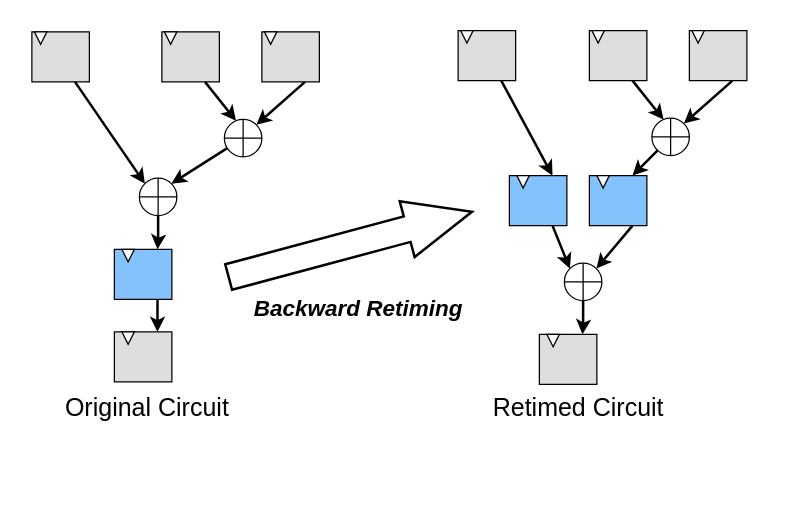
kxzhu0505/PhysRetime keeps this draw.io diagram as forward.drawio. Above is the earlier version. Source tidied: cells renumbered, new cells numbered last; positions are measured from the earlier drawing's top-left corner, leaving out a move shared by most shapes. Both pictures are drawn from the tidied source at 125%, with x=0, y=0 at pixel (32, 26).
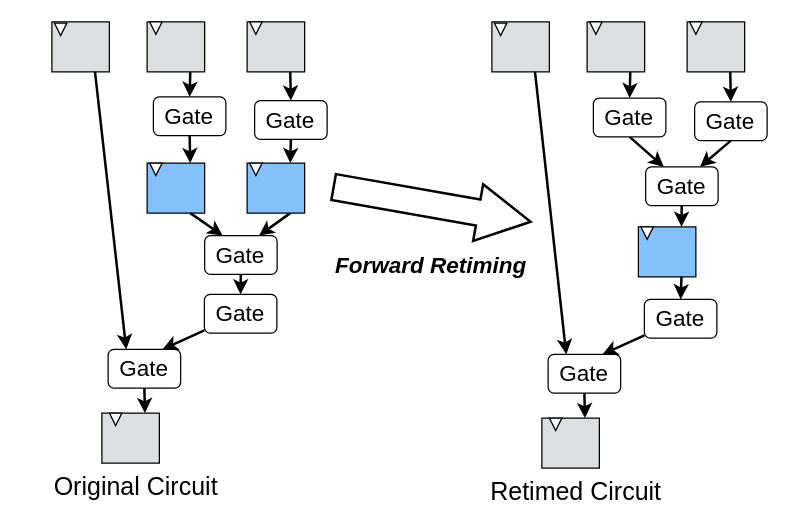
Above is the later version.

Diff of the diagram source:
```diff
@@
-    <mxCell id="2" style="shape=singleArrow;whiteSpace=wrap;html=1;arrowWidth=0.4567254057704057;arrowSize=0.2663211866988104;rotation=-15;strokeWidth=2;" parent="1" vertex="1">
-      <mxGeometry x="153" y="151" width="201.5" height="46.1" as="geometry" />
+    <mxCell id="2" style="shape=singleArrow;whiteSpace=wrap;html=1;arrowWidth=0.4567254057704057;arrowSize=0.2663211866988104;rotation=10;strokeWidth=2;" parent="1" vertex="1">
+      <mxGeometry x="239.2" y="119" width="160" height="46.1" as="geometry" />
     </mxCell>
-    <mxCell id="3" style="rounded=0;jettySize=auto;html=1;exitX=1;exitY=0.25;exitDx=0;exitDy=0;entryX=0;entryY=0;entryDx=0;entryDy=0;strokeWidth=2;" parent="1" edge="1" source="4" target="11">
+    <mxCell id="3" style="rounded=0;jettySize=auto;html=1;exitX=1;exitY=0.25;exitDx=0;exitDy=0;entryX=0.75;entryY=0;entryDx=0;entryDy=0;strokeWidth=2;" parent="1" edge="1" source="4" target="56">
       <mxGeometry relative="1" as="geometry" />
     </mxCell>
-    <mxCell id="4" style="rounded=0;whiteSpace=wrap;html=1;fillColor=light-dark(#dcdee0, #121212);rotation=90;" parent="1" vertex="1">
-      <mxGeometry x="186" y="1" width="40" height="46" as="geometry" />
+    <mxCell id="4" style="rounded=0;whiteSpace=wrap;html=1;fillColor=light-dark(#83c2fd, #121212);rotation=90;" parent="1" vertex="1">
+      <mxGeometry x="174.2" y="106" width="40" height="46" as="geometry" />
     </mxCell>
     <mxCell id="5" style="triangle;whiteSpace=wrap;html=1;strokeWidth=1;fillColor=light-dark(#f9fafb, #1d293b);strokeColor=#000000;fontFamily=Times New Roman;rotation=90;" parent="1" vertex="1">
-      <mxGeometry x="185" y="4" width="10" height="10" as="geometry" />
+      <mxGeometry x="173.2" y="109" width="10" height="10" as="geometry" />
     </mxCell>
-    <mxCell id="6" style="rounded=0;whiteSpace=wrap;html=1;fillColor=light-dark(#dcdee0, #121212);rotation=90;" parent="1" vertex="1">
-      <mxGeometry x="106" y="1" width="40" height="46" as="geometry" />
+    <mxCell id="6" style="rounded=0;whiteSpace=wrap;html=1;fillColor=light-dark(#83c2fd, #121212);rotation=90;" parent="1" vertex="1">
+      <mxGeometry x="94.2" y="106" width="40" height="46" as="geometry" />
     </mxCell>
     <mxCell id="7" style="triangle;whiteSpace=wrap;html=1;strokeWidth=1;fillColor=light-dark(#f9fafb, #1d293b);strokeColor=#000000;fontFamily=Times New Roman;rotation=90;" parent="1" vertex="1">
-      <mxGeometry x="105" y="4" width="10" height="10" as="geometry" />
+      <mxGeometry x="93.2" y="109" width="10" height="10" as="geometry" />
     </mxCell>
     <mxCell id="8" style="rounded=0;whiteSpace=wrap;html=1;fillColor=light-dark(#dcdee0, #121212);rotation=90;" parent="1" vertex="1">
-      <mxGeometry x="2" y="1" width="40" height="46" as="geometry" />
+      <mxGeometry x="18" y="-7" width="40" height="46" as="geometry" />
     </mxCell>
     <mxCell id="9" style="triangle;whiteSpace=wrap;html=1;strokeWidth=1;fillColor=light-dark(#f9fafb, #1d293b);strokeColor=#000000;fontFamily=Times New Roman;rotation=90;" parent="1" vertex="1">
-      <mxGeometry x="1" y="4" width="10" height="10" as="geometry" />
+      <mxGeometry x="17" y="-3" width="10" height="10" as="geometry" />
     </mxCell>
-    <mxCell id="10" style="rounded=0;jettySize=auto;html=1;entryX=0;entryY=0;entryDx=0;entryDy=0;strokeWidth=2;" parent="1" edge="1" source="11" target="14">
-      <mxGeometry relative="1" as="geometry" />
-    </mxCell>
-    <mxCell id="11" style="shape=orEllipse;perimeter=ellipsePerimeter;whiteSpace=wrap;html=1;backgroundOutline=1;rotation=90;" parent="1" vertex="1">
-      <mxGeometry x="153" y="74" width="30" height="30" as="geometry" />
-    </mxCell>
-    <mxCell id="12" style="rounded=0;jettySize=auto;html=1;exitX=1;exitY=0.25;exitDx=0;exitDy=0;entryX=0.037;entryY=0.689;entryDx=0;entryDy=0;entryPerimeter=0;strokeWidth=2;" parent="1" edge="1" source="6" target="11">
+    <mxCell id="12" style="rounded=0;jettySize=auto;html=1;exitX=1;exitY=0.25;exitDx=0;exitDy=0;entryX=0.25;entryY=0;entryDx=0;entryDy=0;strokeWidth=2;" parent="1" edge="1" source="6" target="56">
       <mxGeometry relative="1" as="geometry" />
     </mxCell>
-    <mxCell id="13" style="edgeStyle=orthogonalEdgeStyle;rounded=0;jettySize=auto;html=1;entryX=0;entryY=0.25;entryDx=0;entryDy=0;strokeWidth=2;" parent="1" edge="1" source="14" target="17">
+    <mxCell id="13" style="edgeStyle=orthogonalEdgeStyle;rounded=0;jettySize=auto;html=1;entryX=0;entryY=0.25;entryDx=0;entryDy=0;strokeWidth=2;exitX=0.5;exitY=1;exitDx=0;exitDy=0;" parent="1" edge="1" source="59" target="17">
       <mxGeometry relative="1" as="geometry" />
     </mxCell>
-    <mxCell id="14" style="shape=orEllipse;perimeter=ellipsePerimeter;whiteSpace=wrap;html=1;backgroundOutline=1;rotation=90;" parent="1" vertex="1">
-      <mxGeometry x="85" y="121" width="30" height="30" as="geometry" />
-    </mxCell>
-    <mxCell id="15" style="rounded=0;jettySize=auto;html=1;exitX=1;exitY=0.25;exitDx=0;exitDy=0;entryX=0;entryY=1;entryDx=0;entryDy=0;strokeWidth=2;" parent="1" edge="1" source="8" target="14">
+    <mxCell id="15" style="rounded=0;jettySize=auto;html=1;exitX=1;exitY=0.25;exitDx=0;exitDy=0;entryX=0.25;entryY=0;entryDx=0;entryDy=0;strokeWidth=2;" parent="1" edge="1" source="8" target="59">
       <mxGeometry relative="1" as="geometry" />
     </mxCell>
-    <mxCell id="16" style="edgeStyle=orthogonalEdgeStyle;rounded=0;jettySize=auto;html=1;exitX=1;exitY=0.25;exitDx=0;exitDy=0;entryX=0;entryY=0.25;entryDx=0;entryDy=0;strokeWidth=2;" parent="1" edge="1" source="17" target="19">
-      <mxGeometry relative="1" as="geometry" />
-    </mxCell>
-    <mxCell id="17" style="rounded=0;whiteSpace=wrap;html=1;fillColor=light-dark(#83c2fd, #121212);rotation=90;" parent="1" vertex="1">
-      <mxGeometry x="68" y="175" width="40" height="46" as="geometry" />
+    <mxCell id="17" style="rounded=0;whiteSpace=wrap;html=1;fillColor=light-dark(#dcdee0, #121212);rotation=90;" parent="1" vertex="1">
+      <mxGeometry x="58" y="306" width="40" height="46" as="geometry" />
     </mxCell>
     <mxCell id="18" style="triangle;whiteSpace=wrap;html=1;strokeWidth=1;fillColor=light-dark(#f9fafb, #1d293b);strokeColor=#000000;fontFamily=Times New Roman;rotation=90;" parent="1" vertex="1">
-      <mxGeometry x="71" y="178" width="10" height="10" as="geometry" />
+      <mxGeometry x="61" y="309" width="10" height="10" as="geometry" />
     </mxCell>
-    <mxCell id="19" style="rounded=0;whiteSpace=wrap;html=1;fillColor=light-dark(#dcdee0, #121212);rotation=90;" parent="1" vertex="1">
-      <mxGeometry x="68" y="241" width="40" height="46" as="geometry" />
-    </mxCell>
-    <mxCell id="20" style="triangle;whiteSpace=wrap;html=1;strokeWidth=1;fillColor=light-dark(#f9fafb, #1d293b);strokeColor=#000000;fontFamily=Times New Roman;rotation=90;" parent="1" vertex="1">
-      <mxGeometry x="71" y="244" width="10" height="10" as="geometry" />
-    </mxCell>
-    <mxCell id="21" style="rounded=0;jettySize=auto;html=1;exitX=1;exitY=0.25;exitDx=0;exitDy=0;entryX=0;entryY=0;entryDx=0;entryDy=0;strokeWidth=2;" parent="1" edge="1" source="22" target="29">
-      <mxGeometry relative="1" as="geometry" />
-    </mxCell>
-    <mxCell id="22" style="rounded=0;whiteSpace=wrap;html=1;fillColor=light-dark(#dcdee0, #121212);rotation=90;" parent="1" vertex="1">
-      <mxGeometry x="528" width="40" height="46" as="geometry" />
-    </mxCell>
-    <mxCell id="23" style="triangle;whiteSpace=wrap;html=1;strokeWidth=1;fillColor=light-dark(#f9fafb, #1d293b);strokeColor=#000000;fontFamily=Times New Roman;rotation=90;" parent="1" vertex="1">
-      <mxGeometry x="527" y="3" width="10" height="10" as="geometry" />
-    </mxCell>
-    <mxCell id="24" style="rounded=0;whiteSpace=wrap;html=1;fillColor=light-dark(#dcdee0, #121212);rotation=90;" parent="1" vertex="1">
-      <mxGeometry x="448" width="40" height="46" as="geometry" />
-    </mxCell>
-    <mxCell id="25" style="triangle;whiteSpace=wrap;html=1;strokeWidth=1;fillColor=light-dark(#f9fafb, #1d293b);strokeColor=#000000;fontFamily=Times New Roman;rotation=90;" parent="1" vertex="1">
-      <mxGeometry x="447" y="3" width="10" height="10" as="geometry" />
-    </mxCell>
-    <mxCell id="26" style="rounded=0;whiteSpace=wrap;html=1;fillColor=light-dark(#dcdee0, #121212);rotation=90;" parent="1" vertex="1">
-      <mxGeometry x="343" width="40" height="46" as="geometry" />
-    </mxCell>
-    <mxCell id="27" style="triangle;whiteSpace=wrap;html=1;strokeWidth=1;fillColor=light-dark(#f9fafb, #1d293b);strokeColor=#000000;fontFamily=Times New Roman;rotation=90;" parent="1" vertex="1">
-      <mxGeometry x="342" y="3" width="10" height="10" as="geometry" />
-    </mxCell>
-    <mxCell id="28" style="rounded=0;jettySize=auto;html=1;entryX=0;entryY=0.25;entryDx=0;entryDy=0;strokeWidth=2;" parent="1" edge="1" source="29" target="37">
-      <mxGeometry relative="1" as="geometry" />
-    </mxCell>
-    <mxCell id="29" style="shape=orEllipse;perimeter=ellipsePerimeter;whiteSpace=wrap;html=1;backgroundOutline=1;rotation=90;" parent="1" vertex="1">
-      <mxGeometry x="495" y="73" width="30" height="30" as="geometry" />
-    </mxCell>
-    <mxCell id="30" style="rounded=0;jettySize=auto;html=1;exitX=1;exitY=0.25;exitDx=0;exitDy=0;entryX=0.037;entryY=0.689;entryDx=0;entryDy=0;entryPerimeter=0;strokeWidth=2;" parent="1" edge="1" source="24" target="29">
-      <mxGeometry relative="1" as="geometry" />
-    </mxCell>
-    <mxCell id="31" style="edgeStyle=orthogonalEdgeStyle;rounded=0;jettySize=auto;html=1;entryX=0;entryY=0.25;entryDx=0;entryDy=0;strokeWidth=2;" parent="1" edge="1" source="32" target="34">
-      <mxGeometry relative="1" as="geometry" />
-    </mxCell>
-    <mxCell id="32" style="shape=orEllipse;perimeter=ellipsePerimeter;whiteSpace=wrap;html=1;backgroundOutline=1;rotation=90;" parent="1" vertex="1">
-      <mxGeometry x="425" y="189" width="30" height="30" as="geometry" />
-    </mxCell>
-    <mxCell id="33" style="rounded=0;jettySize=auto;html=1;exitX=1;exitY=0.25;exitDx=0;exitDy=0;entryX=0;entryY=0.25;entryDx=0;entryDy=0;strokeWidth=2;" parent="1" edge="1" source="26" target="40">
-      <mxGeometry relative="1" as="geometry" />
-    </mxCell>
-    <mxCell id="34" style="rounded=0;whiteSpace=wrap;html=1;fillColor=light-dark(#dcdee0, #121212);rotation=90;" parent="1" vertex="1">
-      <mxGeometry x="408" y="243" width="40" height="46" as="geometry" />
-    </mxCell>
-    <mxCell id="35" style="triangle;whiteSpace=wrap;html=1;strokeWidth=1;fillColor=light-dark(#f9fafb, #1d293b);strokeColor=#000000;fontFamily=Times New Roman;rotation=90;" parent="1" vertex="1">
-      <mxGeometry x="411" y="246" width="10" height="10" as="geometry" />
-    </mxCell>
-    <mxCell id="36" style="rounded=0;jettySize=auto;html=1;exitX=1;exitY=0.25;exitDx=0;exitDy=0;entryX=0;entryY=0;entryDx=0;entryDy=0;strokeWidth=2;" parent="1" edge="1" source="37" target="32">
-      <mxGeometry relative="1" as="geometry" />
-    </mxCell>
-    <mxCell id="37" style="rounded=0;whiteSpace=wrap;html=1;fillColor=light-dark(#83c2fd, #121212);rotation=90;" parent="1" vertex="1">
-      <mxGeometry x="448" y="116" width="40" height="46" as="geometry" />
-    </mxCell>
-    <mxCell id="38" style="triangle;whiteSpace=wrap;html=1;strokeWidth=1;fillColor=light-dark(#f9fafb, #1d293b);strokeColor=#000000;fontFamily=Times New Roman;rotation=90;" parent="1" vertex="1">
-      <mxGeometry x="451" y="119" width="10" height="10" as="geometry" />
-    </mxCell>
-    <mxCell id="39" style="rounded=0;jettySize=auto;html=1;exitX=1;exitY=0.25;exitDx=0;exitDy=0;entryX=0;entryY=1;entryDx=0;entryDy=0;strokeWidth=2;" parent="1" edge="1" source="40" target="32">
-      <mxGeometry relative="1" as="geometry" />
-    </mxCell>
-    <mxCell id="40" style="rounded=0;whiteSpace=wrap;html=1;fillColor=light-dark(#83c2fd, #121212);rotation=90;" parent="1" vertex="1">
-      <mxGeometry x="384" y="116" width="40" height="46" as="geometry" />
-    </mxCell>
-    <mxCell id="41" style="triangle;whiteSpace=wrap;html=1;strokeWidth=1;fillColor=light-dark(#f9fafb, #1d293b);strokeColor=#000000;fontFamily=Times New Roman;rotation=90;" parent="1" vertex="1">
-      <mxGeometry x="387" y="119" width="10" height="10" as="geometry" />
-    </mxCell>
-    <mxCell id="42" value="&lt;font style=&quot;font-size: 18px;&quot; face=&quot;Helvetica&quot;&gt;&lt;b style=&quot;&quot;&gt;&lt;i&gt;Backward Retiming&lt;/i&gt;&lt;/b&gt;&lt;/font&gt;" style="text;html=1;align=center;verticalAlign=middle;whiteSpace=wrap;rounded=0;" parent="1" vertex="1">
-      <mxGeometry x="169" y="211" width="183" height="30" as="geometry" />
+    <mxCell id="42" value="&lt;font style=&quot;font-size: 18px;&quot; face=&quot;Helvetica&quot;&gt;&lt;b style=&quot;&quot;&gt;&lt;i&gt;Forward Retiming&lt;/i&gt;&lt;/b&gt;&lt;/font&gt;" style="text;html=1;align=center;verticalAlign=middle;whiteSpace=wrap;rounded=0;" parent="1" vertex="1">
+      <mxGeometry x="227" y="176" width="183" height="30" as="geometry" />
     </mxCell>
     <mxCell id="43" value="&lt;font style=&quot;font-size: 20px;&quot; face=&quot;Helvetica&quot;&gt;Original Circuit&lt;/font&gt;" style="text;html=1;align=center;verticalAlign=middle;whiteSpace=wrap;rounded=0;" parent="1" vertex="1">
-      <mxGeometry y="289" width="183" height="30" as="geometry" />
+      <mxGeometry x="-9" y="352" width="183" height="30" as="geometry" />
     </mxCell>
+    <mxCell id="45" style="rounded=0;jettySize=auto;html=1;exitX=1;exitY=0.25;exitDx=0;exitDy=0;entryX=0.5;entryY=0;entryDx=0;entryDy=0;strokeWidth=2;" parent="1" edge="1" source="46" target="54">
+      <mxGeometry relative="1" as="geometry" />
+    </mxCell>
+    <mxCell id="46" style="rounded=0;whiteSpace=wrap;html=1;fillColor=light-dark(#dcdee0, #121212);rotation=90;" parent="1" vertex="1">
+      <mxGeometry x="94.2" y="-7" width="40" height="46" as="geometry" />
+    </mxCell>
+    <mxCell id="47" style="triangle;whiteSpace=wrap;html=1;strokeWidth=1;fillColor=light-dark(#f9fafb, #1d293b);strokeColor=#000000;fontFamily=Times New Roman;rotation=90;" parent="1" vertex="1">
+      <mxGeometry x="93.2" y="-4" width="10" height="10" as="geometry" />
+    </mxCell>
+    <mxCell id="48" style="rounded=0;jettySize=auto;html=1;exitX=0.5;exitY=1;exitDx=0;exitDy=0;entryX=0;entryY=0.25;entryDx=0;entryDy=0;strokeWidth=2;" parent="1" edge="1" source="54" target="6">
+      <mxGeometry relative="1" as="geometry" />
+    </mxCell>
+    <mxCell id="49" style="rounded=0;jettySize=auto;html=1;exitX=1;exitY=0.25;exitDx=0;exitDy=0;entryX=0.5;entryY=0;entryDx=0;entryDy=0;strokeWidth=2;" parent="1" edge="1" source="50" target="53">
+      <mxGeometry relative="1" as="geometry" />
+    </mxCell>
+    <mxCell id="50" style="rounded=0;whiteSpace=wrap;html=1;fillColor=light-dark(#dcdee0, #121212);rotation=90;" parent="1" vertex="1">
+      <mxGeometry x="174.2" y="-7" width="40" height="46" as="geometry" />
+    </mxCell>
+    <mxCell id="51" style="triangle;whiteSpace=wrap;html=1;strokeWidth=1;fillColor=light-dark(#f9fafb, #1d293b);strokeColor=#000000;fontFamily=Times New Roman;rotation=90;" parent="1" vertex="1">
+      <mxGeometry x="173.2" y="-4" width="10" height="10" as="geometry" />
+    </mxCell>
+    <mxCell id="52" style="rounded=0;jettySize=auto;html=1;entryX=0;entryY=0.25;entryDx=0;entryDy=0;strokeWidth=2;exitX=0.5;exitY=1;exitDx=0;exitDy=0;" parent="1" edge="1" source="53" target="4">
+      <mxGeometry relative="1" as="geometry" />
+    </mxCell>
+    <mxCell id="53" value="&lt;font style=&quot;font-size: 18px;&quot;&gt;Gate&lt;/font&gt;" style="rounded=1;whiteSpace=wrap;html=1;" parent="1" vertex="1">
+      <mxGeometry x="177.2" y="59" width="58" height="31" as="geometry" />
+    </mxCell>
+    <mxCell id="54" value="&lt;font style=&quot;font-size: 18px;&quot;&gt;Gate&lt;/font&gt;" style="rounded=1;whiteSpace=wrap;html=1;" parent="1" vertex="1">
+      <mxGeometry x="96.2" y="56" width="58" height="31" as="geometry" />
+    </mxCell>
+    <mxCell id="55" style="rounded=0;jettySize=auto;html=1;entryX=0.5;entryY=0;entryDx=0;entryDy=0;strokeWidth=2;" parent="1" edge="1" source="56" target="58">
+      <mxGeometry relative="1" as="geometry" />
+    </mxCell>
+    <mxCell id="56" value="&lt;font style=&quot;font-size: 18px;&quot;&gt;Gate&lt;/font&gt;" style="rounded=1;whiteSpace=wrap;html=1;" parent="1" vertex="1">
+      <mxGeometry x="137.2" y="167" width="58" height="31" as="geometry" />
+    </mxCell>
+    <mxCell id="57" style="rounded=0;jettySize=auto;html=1;entryX=0.75;entryY=0;entryDx=0;entryDy=0;strokeWidth=2;" parent="1" edge="1" source="58" target="59">
+      <mxGeometry relative="1" as="geometry" />
+    </mxCell>
+    <mxCell id="58" value="&lt;font style=&quot;font-size: 18px;&quot;&gt;Gate&lt;/font&gt;" style="rounded=1;whiteSpace=wrap;html=1;" parent="1" vertex="1">
+      <mxGeometry x="137" y="214" width="58" height="31" as="geometry" />
+    </mxCell>
+    <mxCell id="59" value="&lt;font style=&quot;font-size: 18px;&quot;&gt;Gate&lt;/font&gt;" style="rounded=1;whiteSpace=wrap;html=1;" parent="1" vertex="1">
+      <mxGeometry x="60" y="258" width="58" height="31" as="geometry" />
+    </mxCell>
+    <mxCell id="60" style="rounded=0;jettySize=auto;html=1;entryX=0.75;entryY=0;entryDx=0;entryDy=0;strokeWidth=2;exitX=0.5;exitY=1;exitDx=0;exitDy=0;" parent="1" edge="1" source="74" target="77">
+      <mxGeometry relative="1" as="geometry" />
+    </mxCell>
+    <mxCell id="61" style="rounded=0;whiteSpace=wrap;html=1;fillColor=light-dark(#dcdee0, #121212);rotation=90;" parent="1" vertex="1">
+      <mxGeometry x="370" y="-7" width="40" height="46" as="geometry" />
+    </mxCell>
+    <mxCell id="62" style="triangle;whiteSpace=wrap;html=1;strokeWidth=1;fillColor=light-dark(#f9fafb, #1d293b);strokeColor=#000000;fontFamily=Times New Roman;rotation=90;" parent="1" vertex="1">
+      <mxGeometry x="369" y="-3" width="10" height="10" as="geometry" />
+    </mxCell>
+    <mxCell id="63" style="rounded=0;jettySize=auto;html=1;exitX=0.5;exitY=1;exitDx=0;exitDy=0;entryX=0.25;entryY=0;entryDx=0;entryDy=0;strokeWidth=2;" parent="1" edge="1" source="75" target="77">
+      <mxGeometry relative="1" as="geometry" />
+    </mxCell>
+    <mxCell id="64" style="edgeStyle=orthogonalEdgeStyle;rounded=0;jettySize=auto;html=1;entryX=0;entryY=0.25;entryDx=0;entryDy=0;strokeWidth=2;exitX=0.5;exitY=1;exitDx=0;exitDy=0;" parent="1" edge="1" source="80" target="66">
+      <mxGeometry relative="1" as="geometry" />
+    </mxCell>
+    <mxCell id="65" style="rounded=0;jettySize=auto;html=1;exitX=1;exitY=0.25;exitDx=0;exitDy=0;entryX=0.25;entryY=0;entryDx=0;entryDy=0;strokeWidth=2;" parent="1" edge="1" source="61" target="80">
+      <mxGeometry relative="1" as="geometry" />
+    </mxCell>
+    <mxCell id="66" style="rounded=0;whiteSpace=wrap;html=1;fillColor=light-dark(#dcdee0, #121212);rotation=90;" parent="1" vertex="1">
+      <mxGeometry x="410" y="310" width="40" height="46" as="geometry" />
+    </mxCell>
+    <mxCell id="67" style="triangle;whiteSpace=wrap;html=1;strokeWidth=1;fillColor=light-dark(#f9fafb, #1d293b);strokeColor=#000000;fontFamily=Times New Roman;rotation=90;" parent="1" vertex="1">
+      <mxGeometry x="413" y="313" width="10" height="10" as="geometry" />
+    </mxCell>
-    <mxCell id="44" value="&lt;font style=&quot;font-size: 20px;&quot; face=&quot;Helvetica&quot;&gt;Retimed Circuit&lt;/font&gt;" style="text;html=1;align=center;verticalAlign=middle;whiteSpace=wrap;rounded=0;" parent="1" vertex="1">
-      <mxGeometry x="345" y="289" width="183" height="30" as="geometry" />
+    <mxCell id="44" value="&lt;span style=&quot;font-size: 20px;&quot;&gt;Retimed Circuit&lt;/span&gt;" style="text;html=1;align=center;verticalAlign=middle;whiteSpace=wrap;rounded=0;" parent="1" vertex="1">
+      <mxGeometry x="343" y="356" width="183" height="30" as="geometry" />
     </mxCell>
+    <mxCell id="68" style="rounded=0;jettySize=auto;html=1;exitX=1;exitY=0.25;exitDx=0;exitDy=0;entryX=0.5;entryY=0;entryDx=0;entryDy=0;strokeWidth=2;" parent="1" edge="1" source="69" target="75">
+      <mxGeometry relative="1" as="geometry" />
+    </mxCell>
+    <mxCell id="69" style="rounded=0;whiteSpace=wrap;html=1;fillColor=light-dark(#dcdee0, #121212);rotation=90;" parent="1" vertex="1">
+      <mxGeometry x="446.2" y="-7" width="40" height="46" as="geometry" />
+    </mxCell>
+    <mxCell id="70" style="triangle;whiteSpace=wrap;html=1;strokeWidth=1;fillColor=light-dark(#f9fafb, #1d293b);strokeColor=#000000;fontFamily=Times New Roman;rotation=90;" parent="1" vertex="1">
+      <mxGeometry x="445.2" y="-4" width="10" height="10" as="geometry" />
+    </mxCell>
+    <mxCell id="71" style="rounded=0;jettySize=auto;html=1;exitX=1;exitY=0.25;exitDx=0;exitDy=0;entryX=0.5;entryY=0;entryDx=0;entryDy=0;strokeWidth=2;" parent="1" edge="1" source="72" target="74">
+      <mxGeometry relative="1" as="geometry" />
+    </mxCell>
+    <mxCell id="72" style="rounded=0;whiteSpace=wrap;html=1;fillColor=light-dark(#dcdee0, #121212);rotation=90;" parent="1" vertex="1">
+      <mxGeometry x="526.2" y="-7" width="40" height="46" as="geometry" />
+    </mxCell>
+    <mxCell id="73" style="triangle;whiteSpace=wrap;html=1;strokeWidth=1;fillColor=light-dark(#f9fafb, #1d293b);strokeColor=#000000;fontFamily=Times New Roman;rotation=90;" parent="1" vertex="1">
+      <mxGeometry x="525.2" y="-4" width="10" height="10" as="geometry" />
+    </mxCell>
+    <mxCell id="74" value="&lt;font style=&quot;font-size: 18px;&quot;&gt;Gate&lt;/font&gt;" style="rounded=1;whiteSpace=wrap;html=1;" parent="1" vertex="1">
+      <mxGeometry x="529.2" y="60" width="58" height="31" as="geometry" />
+    </mxCell>
+    <mxCell id="75" value="&lt;font style=&quot;font-size: 18px;&quot;&gt;Gate&lt;/font&gt;" style="rounded=1;whiteSpace=wrap;html=1;" parent="1" vertex="1">
+      <mxGeometry x="448.2" y="57" width="58" height="31" as="geometry" />
+    </mxCell>
+    <mxCell id="76" style="rounded=0;jettySize=auto;html=1;entryX=0;entryY=0.25;entryDx=0;entryDy=0;strokeWidth=2;" parent="1" edge="1" source="77" target="82">
+      <mxGeometry relative="1" as="geometry" />
+    </mxCell>
+    <mxCell id="77" value="&lt;font style=&quot;font-size: 18px;&quot;&gt;Gate&lt;/font&gt;" style="rounded=1;whiteSpace=wrap;html=1;" parent="1" vertex="1">
+      <mxGeometry x="490" y="112" width="58" height="31" as="geometry" />
+    </mxCell>
+    <mxCell id="78" style="rounded=0;jettySize=auto;html=1;entryX=0.75;entryY=0;entryDx=0;entryDy=0;strokeWidth=2;" parent="1" edge="1" source="79" target="80">
+      <mxGeometry relative="1" as="geometry" />
+    </mxCell>
+    <mxCell id="79" value="&lt;font style=&quot;font-size: 18px;&quot;&gt;Gate&lt;/font&gt;" style="rounded=1;whiteSpace=wrap;html=1;" parent="1" vertex="1">
+      <mxGeometry x="489" y="218" width="58" height="31" as="geometry" />
+    </mxCell>
+    <mxCell id="80" value="&lt;font style=&quot;font-size: 18px;&quot;&gt;Gate&lt;/font&gt;" style="rounded=1;whiteSpace=wrap;html=1;" parent="1" vertex="1">
+      <mxGeometry x="412" y="262" width="58" height="31" as="geometry" />
+    </mxCell>
+    <mxCell id="81" style="rounded=0;jettySize=auto;html=1;exitX=1;exitY=0.25;exitDx=0;exitDy=0;entryX=0.5;entryY=0;entryDx=0;entryDy=0;strokeWidth=2;" parent="1" edge="1" source="82" target="79">
+      <mxGeometry relative="1" as="geometry" />
+    </mxCell>
+    <mxCell id="82" style="rounded=0;whiteSpace=wrap;html=1;fillColor=light-dark(#83c2fd, #121212);rotation=90;" parent="1" vertex="1">
+      <mxGeometry x="487.2" y="157" width="40" height="46" as="geometry" />
+    </mxCell>
+    <mxCell id="83" style="triangle;whiteSpace=wrap;html=1;strokeWidth=1;fillColor=light-dark(#f9fafb, #1d293b);strokeColor=#000000;fontFamily=Times New Roman;rotation=90;" parent="1" vertex="1">
+      <mxGeometry x="486.2" y="160" width="10" height="10" as="geometry" />
+    </mxCell>
```
